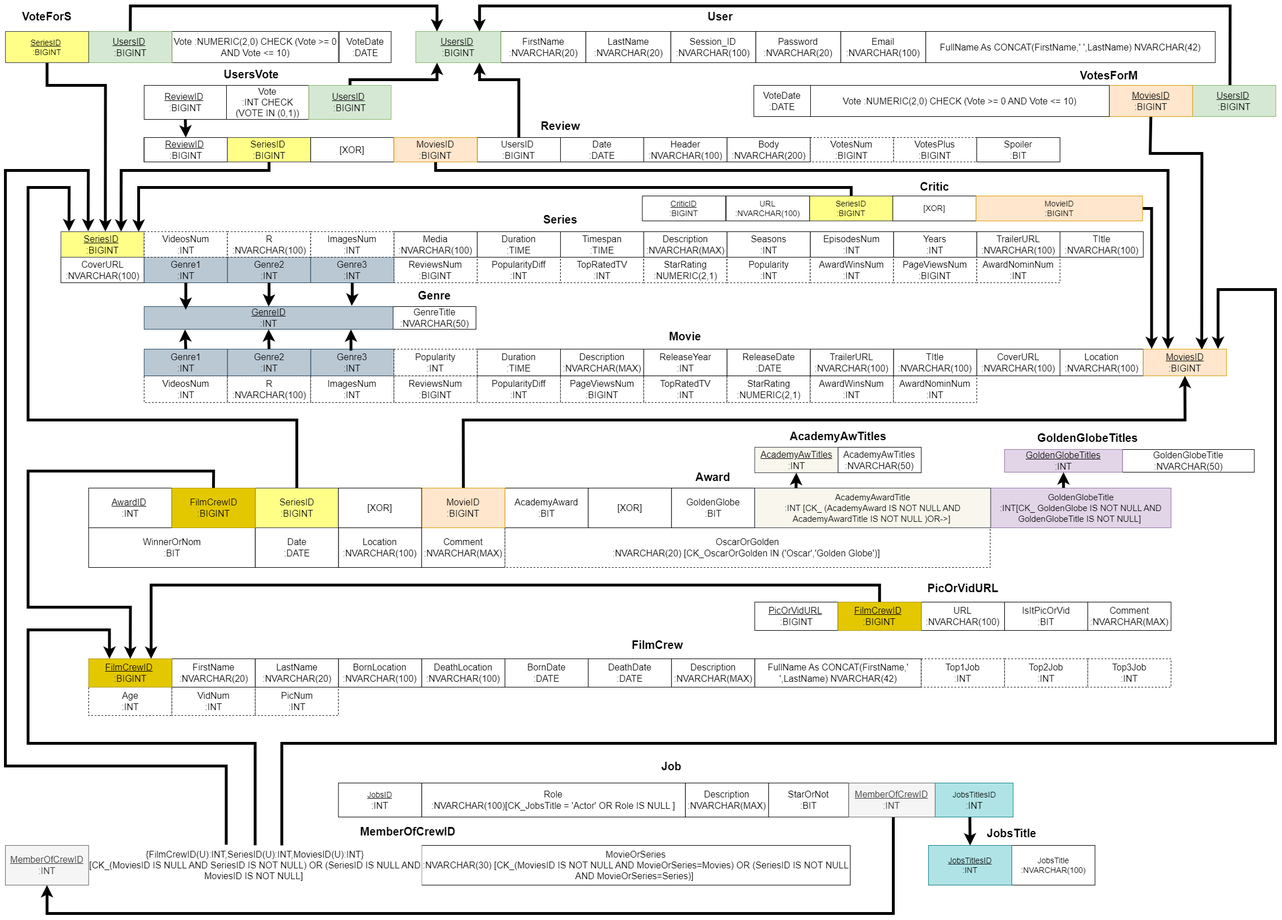
Balasis/Yada_Yada keeps this draw.io diagram as IMDb_YadaYada/IMDb_YADAYADA_RS.drawio.png. Above is the earlier version. Source tidied: cells renumbered, new cells last; positions are measured from the earlier drawing's top-left corner, leaving out a move shared by most shapes.
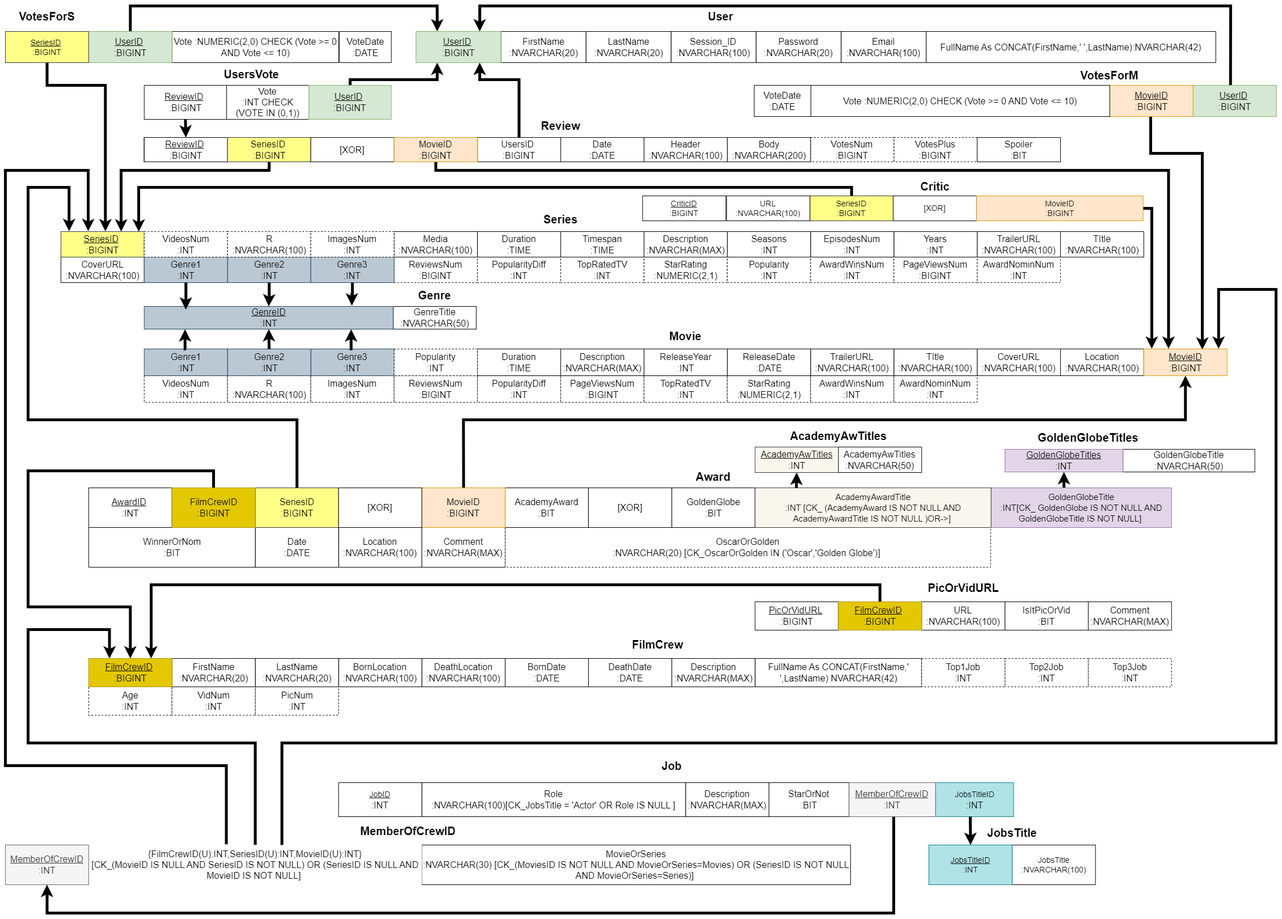
Later version of the same file.

What changed in the source:
```diff
@@ -161,7 +161,7 @@
     <mxCell id="20" style="group;fontSize=12;" parent="1" vertex="1">
       <mxGeometry x="723.7" width="1410" height="110" as="geometry" />
     </mxCell>
-    <mxCell id="21" value="FullName As CONCAT(FirstName,' ',LastName) NVARCHAR(42)" style="rounded=0;whiteSpace=wrap;html=1;fontSize=16;fontStyle=0;" parent="20" vertex="1">
+    <mxCell id="21" value="FullName As CONCAT(FirstName,' ',LastName):NVARCHAR(42)" style="rounded=0;whiteSpace=wrap;html=1;fontSize=16;fontStyle=0;" parent="20" vertex="1">
       <mxGeometry x="899.4" y="55" width="510.6" height="55" as="geometry" />
     </mxCell>
     <mxCell id="22" value="Email&lt;br style=&quot;font-size: 16px;&quot;&gt;:NVARCHAR(100)" style="rounded=0;whiteSpace=wrap;html=1;fontSize=16;fontStyle=0;" parent="20" vertex="1">
@@ -179,7 +179,7 @@
     <mxCell id="26" value="FirstName&lt;br style=&quot;font-size: 16px;&quot;&gt;:NVARCHAR(20)" style="rounded=0;whiteSpace=wrap;html=1;fontSize=16;fontStyle=0;" parent="20" vertex="1">
       <mxGeometry x="149.9" y="55" width="149.9" height="55" as="geometry" />
     </mxCell>
-    <mxCell id="27" value="&lt;u style=&quot;border-color: var(--border-color); font-size: 16px;&quot;&gt;UsersID&lt;/u&gt;&amp;nbsp;&lt;br style=&quot;border-color: var(--border-color); font-size: 16px;&quot;&gt;:BIGINT" style="rounded=0;whiteSpace=wrap;html=1;fontSize=16;fontStyle=0;fillColor=#d5e8d4;strokeColor=#82b366;" parent="20" vertex="1">
+    <mxCell id="27" value="&lt;u style=&quot;border-color: var(--border-color); font-size: 16px;&quot;&gt;UserID&lt;/u&gt;&amp;nbsp;&lt;br style=&quot;border-color: var(--border-color); font-size: 16px;&quot;&gt;:BIGINT" style="rounded=0;whiteSpace=wrap;html=1;fontSize=16;fontStyle=0;fillColor=#d5e8d4;strokeColor=#82b366;" parent="20" vertex="1">
       <mxGeometry y="55" width="149.9" height="55" as="geometry" />
     </mxCell>
     <mxCell id="28" value="&lt;b style=&quot;&quot;&gt;&lt;font style=&quot;font-size: 20px;&quot;&gt;User&lt;/font&gt;&lt;/b&gt;" style="text;html=1;strokeColor=none;fillColor=none;align=center;verticalAlign=middle;whiteSpace=wrap;rounded=0;fontSize=14;" parent="20" vertex="1">
@@ -197,7 +197,7 @@
     <mxCell id="32" value="&lt;u style=&quot;border-color: var(--border-color); font-size: 16px;&quot;&gt;ReviewID&lt;/u&gt;&amp;nbsp;&lt;br style=&quot;border-color: var(--border-color); font-size: 16px;&quot;&gt;:BIGINT" style="rounded=0;whiteSpace=wrap;html=1;fontSize=16;" parent="29" vertex="1">
       <mxGeometry y="40" width="145.2" height="60" as="geometry" />
     </mxCell>
-    <mxCell id="33" value="&lt;u style=&quot;border-color: var(--border-color); font-size: 16px;&quot;&gt;UsersID&lt;/u&gt;&amp;nbsp;&lt;br style=&quot;border-color: var(--border-color); font-size: 16px;&quot;&gt;:BIGINT" style="rounded=0;whiteSpace=wrap;html=1;fontSize=16;fillColor=#d5e8d4;strokeColor=#82b366;" parent="29" vertex="1">
+    <mxCell id="33" value="&lt;u style=&quot;border-color: var(--border-color); font-size: 16px;&quot;&gt;UserID&lt;/u&gt;&amp;nbsp;&lt;br style=&quot;border-color: var(--border-color); font-size: 16px;&quot;&gt;:BIGINT" style="rounded=0;whiteSpace=wrap;html=1;fontSize=16;fillColor=#d5e8d4;strokeColor=#82b366;" parent="29" vertex="1">
       <mxGeometry x="290.4" y="40" width="145.2" height="60" as="geometry" />
     </mxCell>
     <mxCell id="34" style="group;" parent="1" vertex="1">
@@ -260,7 +260,7 @@
     <mxCell id="53" value="[XOR]" style="rounded=0;whiteSpace=wrap;html=1;fontSize=16;" parent="34" vertex="1">
       <mxGeometry x="293.7" y="43" width="146.8" height="43" as="geometry" />
     </mxCell>
-    <mxCell id="54" value="MoviesID&lt;br style=&quot;border-color: var(--border-color); font-size: 16px;&quot;&gt;:BIGINT" style="rounded=0;whiteSpace=wrap;html=1;fontSize=16;fillColor=#ffe6cc;strokeColor=#d79b00;" parent="34" vertex="1">
+    <mxCell id="54" value="MovieID&lt;br style=&quot;border-color: var(--border-color); font-size: 16px;&quot;&gt;:BIGINT" style="rounded=0;whiteSpace=wrap;html=1;fontSize=16;fillColor=#ffe6cc;strokeColor=#d79b00;" parent="34" vertex="1">
       <mxGeometry x="440.5" y="43" width="146.8" height="43" as="geometry" />
     </mxCell>
     <mxCell id="55" style="endArrow=classic;html=1;rounded=0;strokeWidth=5;fontSize=20;entryX=0.5;entryY=0;entryDx=0;entryDy=0;exitX=0.5;exitY=1;exitDx=0;exitDy=0;" parent="1" edge="1" source="32" target="46">
@@ -458,7 +458,7 @@
     <mxCell id="119" value="&lt;b style=&quot;&quot;&gt;&lt;font style=&quot;font-size: 20px;&quot;&gt;Movie&lt;/font&gt;&lt;/b&gt;" style="text;html=1;strokeColor=none;fillColor=none;align=center;verticalAlign=middle;whiteSpace=wrap;rounded=0;fontSize=14;" parent="97" vertex="1">
       <mxGeometry x="807.6" width="293.7" height="47.1" as="geometry" />
     </mxCell>
-    <mxCell id="120" value="&lt;u style=&quot;border-color: var(--border-color); font-size: 16px;&quot;&gt;MoviesID&lt;br style=&quot;border-color: var(--border-color); font-size: 16px;&quot;&gt;&lt;/u&gt;:BIGINT" style="rounded=0;whiteSpace=wrap;html=1;fontSize=16;fillColor=#ffe6cc;strokeColor=#d79b00;" parent="97" vertex="1">
+    <mxCell id="120" value="&lt;u style=&quot;border-color: var(--border-color); font-size: 16px;&quot;&gt;MovieID&lt;br style=&quot;border-color: var(--border-color); font-size: 16px;&quot;&gt;&lt;/u&gt;:BIGINT" style="rounded=0;whiteSpace=wrap;html=1;fontSize=16;fillColor=#ffe6cc;strokeColor=#d79b00;" parent="97" vertex="1">
       <mxGeometry x="1762.1" y="47.1" width="146.8" height="47.1" as="geometry" />
     </mxCell>
     <mxCell id="121" value="Popularity&lt;br style=&quot;border-color: var(--border-color); font-size: 16px;&quot;&gt;:INT" style="rounded=0;whiteSpace=wrap;html=1;dashed=1;fontSize=16;" parent="97" vertex="1">
@@ -640,7 +640,7 @@
     <mxCell id="178" value="Description&lt;br style=&quot;font-size: 16px;&quot;&gt;:NVARCHAR(MAX)" style="rounded=0;whiteSpace=wrap;html=1;fontSize=16;" parent="176" vertex="1">
       <mxGeometry x="611.8" y="60" width="146.8" height="60" as="geometry" />
     </mxCell>
-    <mxCell id="179" value="&lt;span style=&quot;border-color: var(--border-color); font-size: 14px;&quot;&gt;JobsTitlesID&lt;/span&gt;&lt;br style=&quot;border-color: var(--border-color); font-size: 14px;&quot;&gt;:INT" style="rounded=0;whiteSpace=wrap;html=1;fontSize=16;fillColor=#b0e3e6;strokeColor=#0e8088;" parent="176" vertex="1">
+    <mxCell id="179" value="&lt;span style=&quot;border-color: var(--border-color); font-size: 14px;&quot;&gt;JobsTitleID&lt;/span&gt;&lt;br style=&quot;border-color: var(--border-color); font-size: 14px;&quot;&gt;:INT" style="rounded=0;whiteSpace=wrap;html=1;fontSize=16;fillColor=#b0e3e6;strokeColor=#0e8088;" parent="176" vertex="1">
       <mxGeometry x="1052.4" y="60" width="137.6" height="60" as="geometry" />
     </mxCell>
     <mxCell id="180" value="&lt;b style=&quot;&quot;&gt;&lt;font style=&quot;font-size: 20px;&quot;&gt;Job&lt;/font&gt;&lt;/b&gt;" style="text;html=1;strokeColor=none;fillColor=none;align=center;verticalAlign=middle;whiteSpace=wrap;rounded=0;fontSize=14;" parent="176" vertex="1">
@@ -658,7 +658,7 @@
     <mxCell id="184" value="&lt;font style=&quot;font-size: 14px;&quot;&gt;JobsTitle&lt;br style=&quot;font-size: 14px;&quot;&gt;:NVARCHAR(100)&lt;br style=&quot;font-size: 14px;&quot;&gt;&lt;/font&gt;" style="rounded=0;whiteSpace=wrap;html=1;fontSize=14;" parent="183" vertex="1">
       <mxGeometry x="146.8" y="45" width="146.8" height="70" as="geometry" />
     </mxCell>
-    <mxCell id="185" value="&lt;u style=&quot;border-color: var(--border-color);&quot;&gt;JobsTitlesID&lt;/u&gt;&lt;br style=&quot;border-color: var(--border-color);&quot;&gt;:INT" style="rounded=0;whiteSpace=wrap;html=1;fontSize=14;fillColor=#b0e3e6;strokeColor=#0e8088;" parent="183" vertex="1">
+    <mxCell id="185" value="&lt;u style=&quot;border-color: var(--border-color);&quot;&gt;JobsTitleID&lt;/u&gt;&lt;br style=&quot;border-color: var(--border-color);&quot;&gt;:INT" style="rounded=0;whiteSpace=wrap;html=1;fontSize=14;fillColor=#b0e3e6;strokeColor=#0e8088;" parent="183" vertex="1">
       <mxGeometry y="45" width="146.8" height="70" as="geometry" />
     </mxCell>
     <mxCell id="186" value="&lt;b style=&quot;&quot;&gt;&lt;font style=&quot;font-size: 20px;&quot;&gt;JobsTitle&lt;/font&gt;&lt;/b&gt;" style="text;html=1;strokeColor=none;fillColor=none;align=center;verticalAlign=middle;whiteSpace=wrap;rounded=0;fontSize=14;" parent="183" vertex="1">
@@ -670,7 +670,7 @@
     <mxCell id="188" value="MovieOrSeries&lt;br style=&quot;font-size: 16px;&quot;&gt;:NVARCHAR(30) [CK_(MoviesID IS NOT NULL AND MovieOrSeries=Movies) OR (SeriesID IS NOT NULL AND MovieOrSeries=Series)]&amp;nbsp;" style="rounded=0;whiteSpace=wrap;html=1;fontSize=16;" parent="187" vertex="1">
       <mxGeometry x="734.2" y="70" width="755.8" height="70" as="geometry" />
     </mxCell>
-    <mxCell id="189" value="&lt;font style=&quot;font-size: 16px;&quot;&gt;{FilmCrewID(U):INT,SeriesID(U):INT,MoviesID(U):INT}&lt;br style=&quot;font-size: 16px;&quot;&gt;[CK_(MoviesID IS NULL AND SeriesID IS NOT NULL) OR (SeriesID IS NULL AND MoviesID&amp;nbsp;IS NOT NULL]&amp;nbsp;&lt;br style=&quot;font-size: 16px;&quot;&gt;&lt;/font&gt;" style="rounded=0;whiteSpace=wrap;html=1;fontSize=16;gradientColor=none;gradientDirection=radial;strokeColor=none;strokeWidth=3;" parent="187" vertex="1">
+    <mxCell id="189" value="&lt;font style=&quot;font-size: 16px;&quot;&gt;{FilmCrewID(U):INT,SeriesID(U):INT,MovieID(U):INT}&lt;br style=&quot;font-size: 16px;&quot;&gt;[CK_(MovieID IS NULL AND SeriesID IS NOT NULL) OR (SeriesID IS NULL AND MovieID&amp;nbsp;IS NOT NULL]&amp;nbsp;&lt;br style=&quot;font-size: 16px;&quot;&gt;&lt;/font&gt;" style="rounded=0;whiteSpace=wrap;html=1;fontSize=16;gradientColor=none;gradientDirection=radial;strokeColor=none;strokeWidth=3;" parent="187" vertex="1">
       <mxGeometry x="146.8" y="70" width="587.4" height="70" as="geometry" />
     </mxCell>
     <mxCell id="190" value="&lt;u style=&quot;font-size: 16px;&quot;&gt;MemberOfCrewID&lt;/u&gt;&lt;br style=&quot;font-size: 16px;&quot;&gt;:INT" style="rounded=0;whiteSpace=wrap;html=1;fontSize=16;fillColor=#f5f5f5;fontColor=#333333;strokeColor=#666666;" parent="187" vertex="1">
@@ -679,7 +679,7 @@
     <mxCell id="191" value="&lt;b style=&quot;&quot;&gt;&lt;font style=&quot;font-size: 20px;&quot;&gt;MemberOfCrewID&lt;/font&gt;&lt;/b&gt;" style="text;html=1;strokeColor=none;fillColor=none;align=center;verticalAlign=middle;whiteSpace=wrap;rounded=0;fontSize=14;" parent="187" vertex="1">
       <mxGeometry x="562.9" y="20" width="293.7" height="50" as="geometry" />
     </mxCell>
-    <mxCell id="192" value="&lt;u style=&quot;border-color: var(--border-color); font-size: 14px;&quot;&gt;JobsID&lt;/u&gt;&lt;br style=&quot;border-color: var(--border-color); font-size: 14px;&quot;&gt;:INT" style="rounded=0;whiteSpace=wrap;html=1;fontSize=16;" parent="187" vertex="1">
+    <mxCell id="192" value="&lt;u style=&quot;border-color: var(--border-color); font-size: 14px;&quot;&gt;JobID&lt;/u&gt;&lt;br style=&quot;border-color: var(--border-color); font-size: 14px;&quot;&gt;:INT" style="rounded=0;whiteSpace=wrap;html=1;fontSize=16;" parent="187" vertex="1">
       <mxGeometry x="587.4" y="-40" width="146.8" height="60" as="geometry" />
     </mxCell>
     <mxCell id="193" style="endArrow=classic;html=1;rounded=0;strokeWidth=5;fontSize=16;entryX=0.25;entryY=1;entryDx=0;entryDy=0;" parent="1" edge="1" target="186">
@@ -696,10 +696,10 @@
     <mxCell id="196" value="VoteDate&lt;br&gt;:DATE" style="rounded=0;whiteSpace=wrap;html=1;fontSize=16;" parent="195" vertex="1">
       <mxGeometry width="100" height="55" as="geometry" />
     </mxCell>
-    <mxCell id="197" value="&lt;u style=&quot;border-color: var(--border-color); font-size: 16px;&quot;&gt;UsersID&lt;/u&gt;&amp;nbsp;&lt;br style=&quot;border-color: var(--border-color); font-size: 16px;&quot;&gt;:BIGINT" style="rounded=0;whiteSpace=wrap;html=1;fontSize=16;fillColor=#d5e8d4;strokeColor=#82b366;" parent="195" vertex="1">
+    <mxCell id="197" value="&lt;u style=&quot;border-color: var(--border-color); font-size: 16px;&quot;&gt;UserID&lt;/u&gt;&amp;nbsp;&lt;br style=&quot;border-color: var(--border-color); font-size: 16px;&quot;&gt;:BIGINT" style="rounded=0;whiteSpace=wrap;html=1;fontSize=16;fillColor=#d5e8d4;strokeColor=#82b366;" parent="195" vertex="1">
       <mxGeometry x="773.7" width="146.8" height="55" as="geometry" />
     </mxCell>
-    <mxCell id="198" value="&lt;u style=&quot;font-size: 16px;&quot;&gt;MoviesID&lt;br style=&quot;font-size: 16px;&quot;&gt;&lt;/u&gt;:BIGINT&lt;u style=&quot;font-size: 16px;&quot;&gt;&lt;br style=&quot;font-size: 16px;&quot;&gt;&lt;/u&gt;" style="rounded=0;whiteSpace=wrap;html=1;fontStyle=0;fontSize=16;fillColor=#ffe6cc;strokeColor=#d79b00;" parent="195" vertex="1">
+    <mxCell id="198" value="&lt;u style=&quot;font-size: 16px;&quot;&gt;MovieID&lt;br style=&quot;font-size: 16px;&quot;&gt;&lt;/u&gt;:BIGINT&lt;u style=&quot;font-size: 16px;&quot;&gt;&lt;br style=&quot;font-size: 16px;&quot;&gt;&lt;/u&gt;" style="rounded=0;whiteSpace=wrap;html=1;fontStyle=0;fontSize=16;fillColor=#ffe6cc;strokeColor=#d79b00;" parent="195" vertex="1">
       <mxGeometry x="626.9" width="146.8" height="55" as="geometry" />
     </mxCell>
     <mxCell id="199" value="Vote :NUMERIC(2,0)&amp;nbsp;CHECK (Vote&amp;nbsp;&lt;span style=&quot;border-color: var(--border-color); background-color: initial; font-size: 16px;&quot; class=&quot;hljs-operator&quot;&gt;&amp;gt;=&lt;/span&gt;&lt;span style=&quot;border-color: var(--border-color); background-color: initial; font-size: 16px;&quot;&gt;&amp;nbsp;&lt;/span&gt;&lt;span style=&quot;border-color: var(--border-color); background-color: initial; font-size: 16px;&quot; class=&quot;hljs-number&quot;&gt;0&lt;/span&gt;&lt;span style=&quot;border-color: var(--border-color); background-color: initial; font-size: 16px;&quot;&gt;&amp;nbsp;&lt;/span&gt;&lt;span style=&quot;border-color: var(--border-color); background-color: initial; font-size: 16px;&quot; class=&quot;hljs-keyword&quot;&gt;AND&lt;/span&gt;&amp;nbsp;Vote&lt;span style=&quot;border-color: var(--border-color); background-color: initial; font-size: 16px;&quot;&gt;&amp;nbsp;&lt;/span&gt;&lt;span style=&quot;border-color: var(--border-color); background-color: initial; font-size: 16px;&quot; class=&quot;hljs-operator&quot;&gt;&amp;lt;=&lt;/span&gt;&lt;span style=&quot;border-color: var(--border-color); background-color: initial; font-size: 16px;&quot;&gt;&amp;nbsp;&lt;/span&gt;&lt;span style=&quot;border-color: var(--border-color); background-color: initial; font-size: 16px;&quot; class=&quot;hljs-number&quot;&gt;10&lt;/span&gt;&lt;span style=&quot;border-color: var(--border-color); background-color: initial; font-size: 16px;&quot;&gt;)&lt;/span&gt;" style="rounded=0;whiteSpace=wrap;html=1;fontSize=16;" parent="195" vertex="1">
@@ -714,13 +714,13 @@
     <mxCell id="202" value="Vote :NUMERIC(2,0)&amp;nbsp;CHECK (Vote&lt;span style=&quot;background-color: initial; font-size: 16px;&quot;&gt;&amp;nbsp;&lt;/span&gt;&lt;span style=&quot;background-color: initial; font-size: 16px;&quot; class=&quot;hljs-operator&quot;&gt;&amp;gt;=&lt;/span&gt;&lt;span style=&quot;background-color: initial; font-size: 16px;&quot;&gt; &lt;/span&gt;&lt;span style=&quot;background-color: initial; font-size: 16px;&quot; class=&quot;hljs-number&quot;&gt;0&lt;/span&gt;&lt;span style=&quot;background-color: initial; font-size: 16px;&quot;&gt; &lt;/span&gt;&lt;span style=&quot;background-color: initial; font-size: 16px;&quot; class=&quot;hljs-keyword&quot;&gt;AND&lt;/span&gt;&amp;nbsp;Vote&lt;span style=&quot;background-color: initial; font-size: 16px;&quot;&gt;&amp;nbsp;&lt;/span&gt;&lt;span style=&quot;background-color: initial; font-size: 16px;&quot; class=&quot;hljs-operator&quot;&gt;&amp;lt;=&lt;/span&gt;&lt;span style=&quot;background-color: initial; font-size: 16px;&quot;&gt; &lt;/span&gt;&lt;span style=&quot;background-color: initial; font-size: 16px;&quot; class=&quot;hljs-number&quot;&gt;10&lt;/span&gt;&lt;span style=&quot;background-color: initial; font-size: 16px;&quot;&gt;)&lt;/span&gt;" style="rounded=0;whiteSpace=wrap;html=1;fontSize=16;" parent="200" vertex="1">
       <mxGeometry x="293.7" y="55" width="293.7" height="55" as="geometry" />
     </mxCell>
-    <mxCell id="203" value="&lt;u style=&quot;font-size: 16px;&quot;&gt;UsersID&lt;/u&gt;&amp;nbsp;&lt;br style=&quot;font-size: 16px;&quot;&gt;:BIGINT" style="rounded=0;whiteSpace=wrap;html=1;fontSize=16;fillColor=#d5e8d4;strokeColor=#82b366;" parent="200" vertex="1">
+    <mxCell id="203" value="&lt;u style=&quot;font-size: 16px;&quot;&gt;UserID&lt;/u&gt;&amp;nbsp;&lt;br style=&quot;font-size: 16px;&quot;&gt;:BIGINT" style="rounded=0;whiteSpace=wrap;html=1;fontSize=16;fillColor=#d5e8d4;strokeColor=#82b366;" parent="200" vertex="1">
       <mxGeometry x="146.8" y="55" width="146.8" height="55" as="geometry" />
     </mxCell>
     <mxCell id="204" value="&lt;font style=&quot;font-size: 14px;&quot;&gt;&lt;u style=&quot;font-size: 14px;&quot;&gt;SeriesID&lt;/u&gt;&amp;nbsp;&lt;br style=&quot;font-size: 14px;&quot;&gt;&lt;/font&gt;:BIGINT" style="rounded=0;whiteSpace=wrap;html=1;fontSize=14;fillColor=#ffff88;strokeColor=#36393d;" parent="200" vertex="1">
       <mxGeometry y="55" width="146.8" height="55" as="geometry" />
     </mxCell>
-    <mxCell id="205" value="&lt;b style=&quot;&quot;&gt;&lt;font style=&quot;font-size: 20px;&quot;&gt;VoteForS&lt;/font&gt;&lt;/b&gt;" style="text;html=1;strokeColor=none;fillColor=none;align=center;verticalAlign=middle;whiteSpace=wrap;rounded=0;fontSize=14;" parent="200" vertex="1">
+    <mxCell id="205" value="&lt;b style=&quot;&quot;&gt;&lt;font style=&quot;font-size: 20px;&quot;&gt;VotesForS&lt;/font&gt;&lt;/b&gt;" style="text;html=1;strokeColor=none;fillColor=none;align=center;verticalAlign=middle;whiteSpace=wrap;rounded=0;fontSize=14;" parent="200" vertex="1">
       <mxGeometry width="146.8" height="55" as="geometry" />
     </mxCell>
   </root>
```
